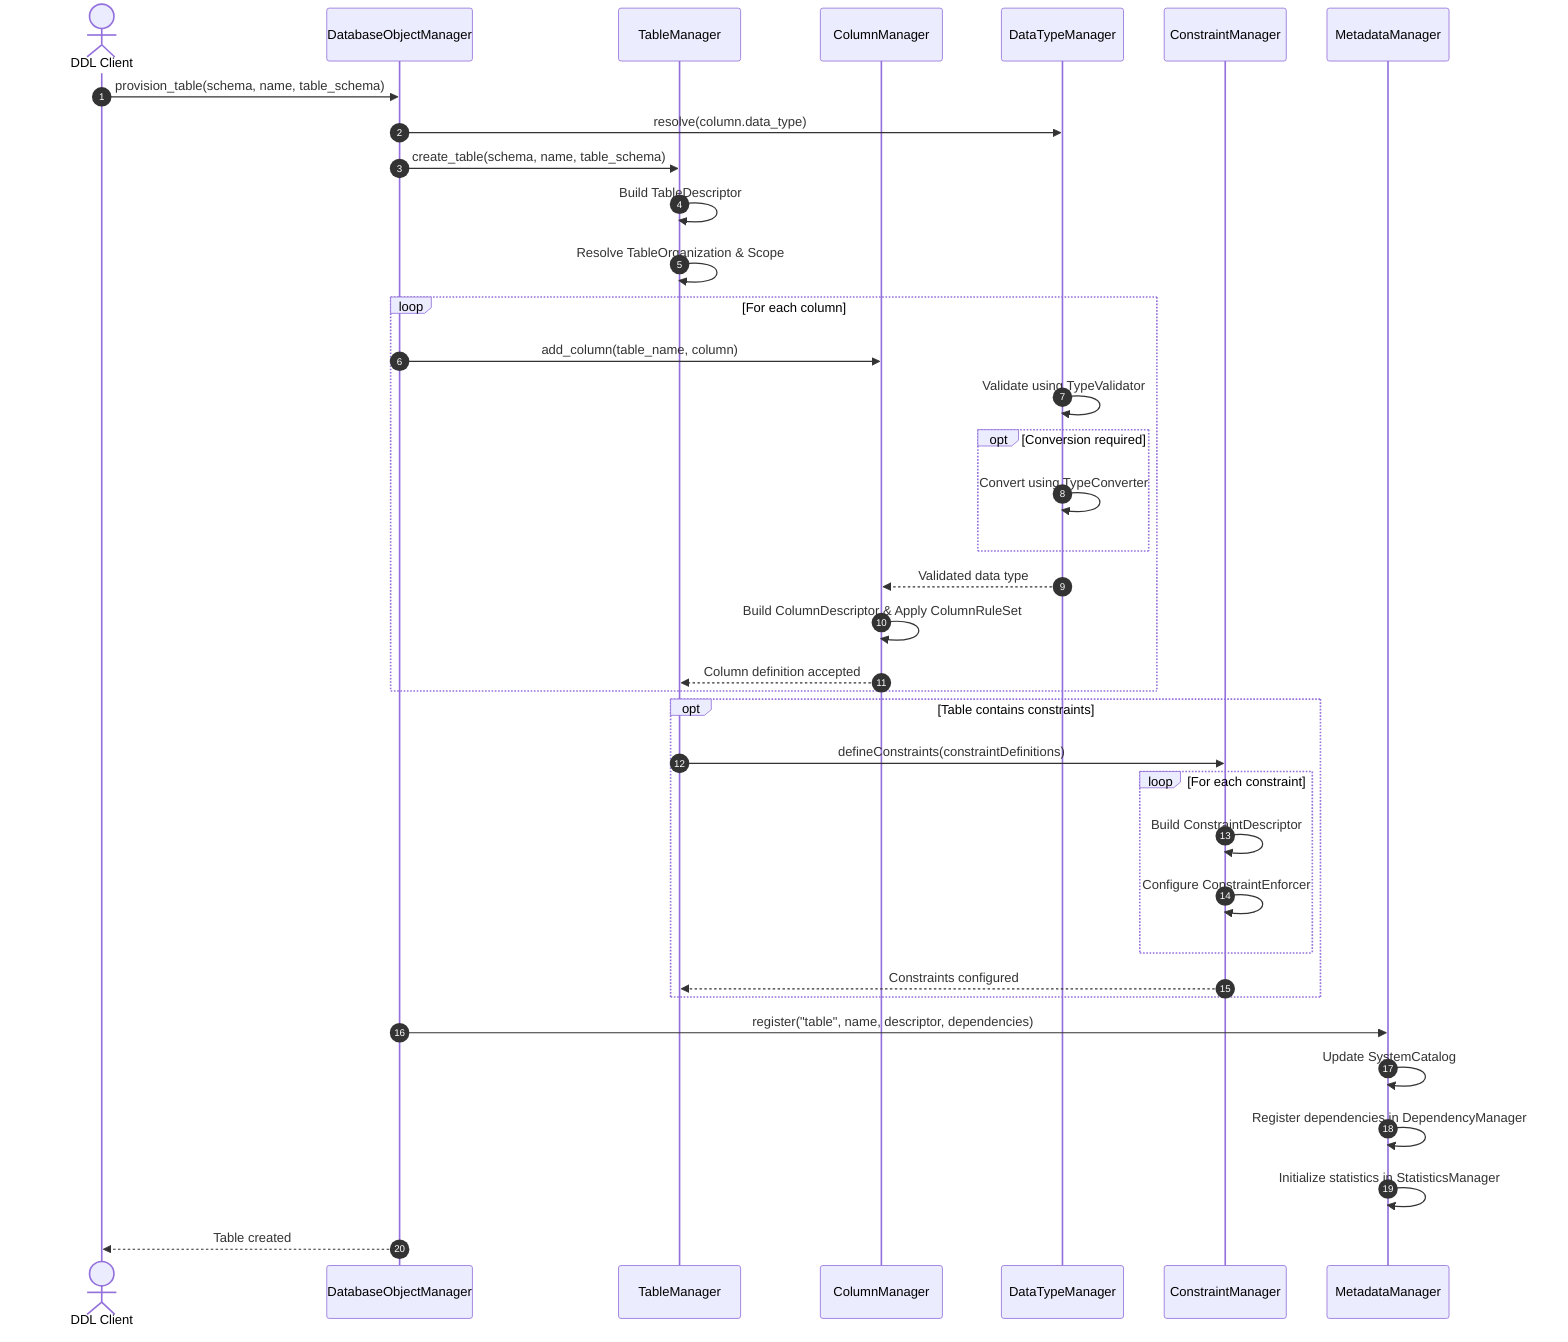
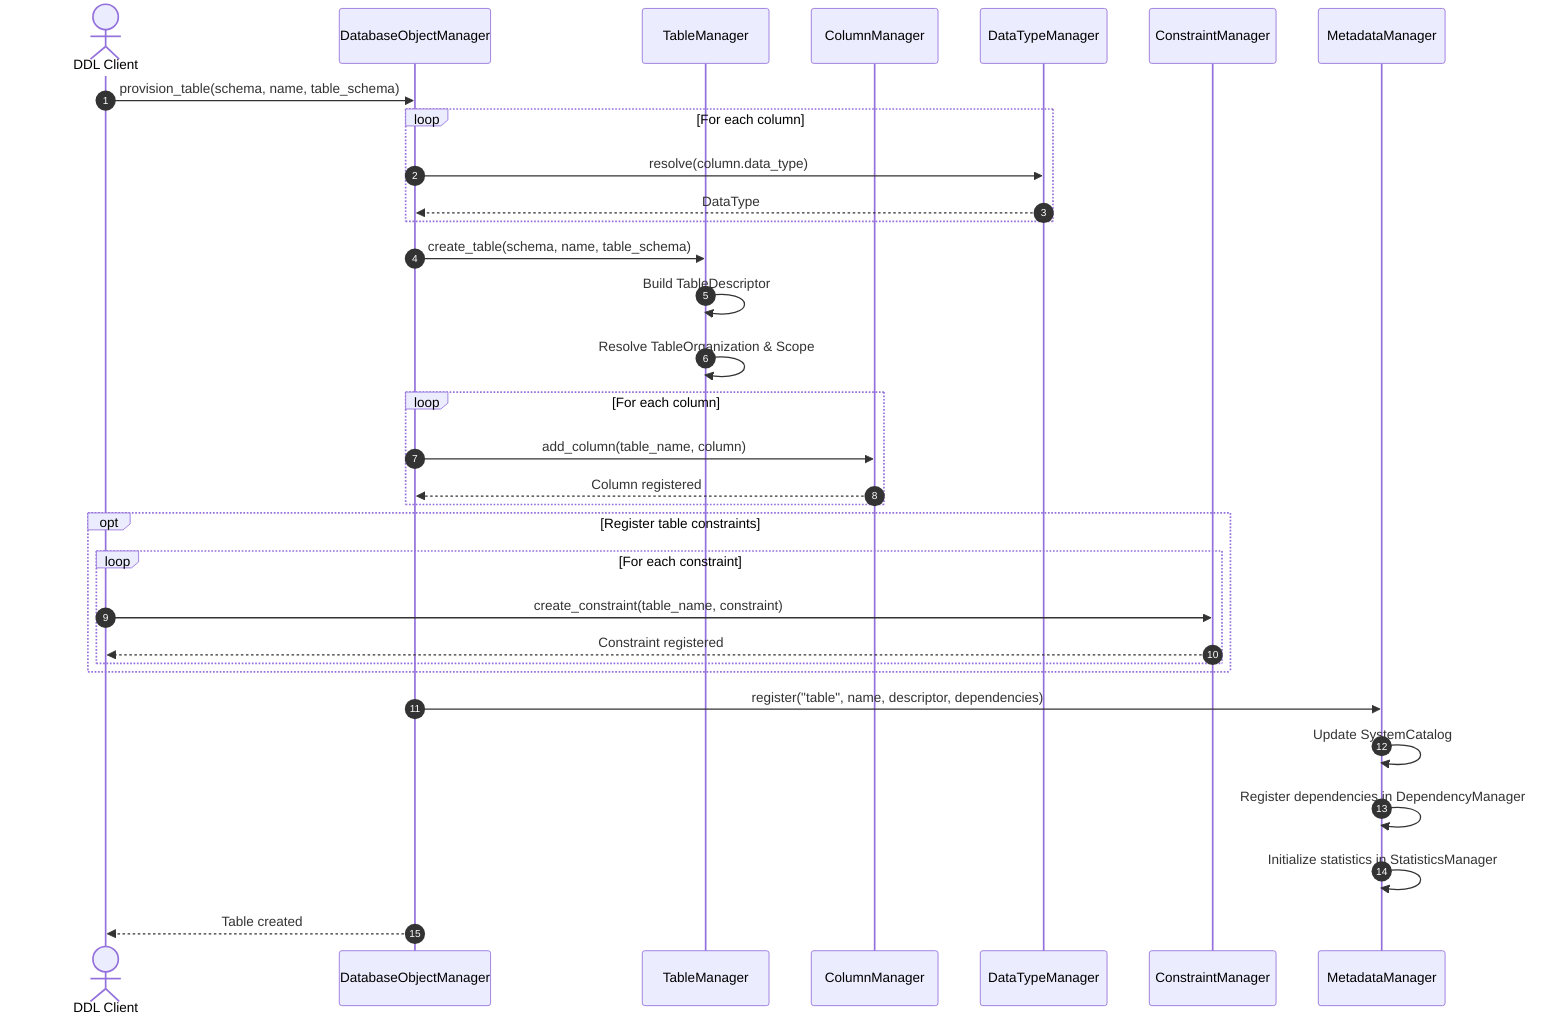
sequenceDiagram
    autonumber
    actor Client as DDL Client
    participant DOM as DatabaseObjectManager
    participant TM as TableManager
    participant CM as ColumnManager
    participant DTM as DataTypeManager
    participant CSM as ConstraintManager
    participant MM as MetadataManager

    Client->>DOM: provision_table(schema, name, table_schema)
-     DOM->>DTM: resolve(column.data_type)
+     loop For each column
+         DOM->>DTM: resolve(column.data_type)
+         DTM-->>DOM: DataType
+     end
    DOM->>TM: create_table(schema, name, table_schema)
    TM->>TM: Build TableDescriptor
    TM->>TM: Resolve TableOrganization & Scope

    %% Column Definition
    loop For each column
        DOM->>CM: add_column(table_name, column)
-         DTM->>DTM: Validate using TypeValidator
-         opt Conversion required
-             DTM->>DTM: Convert using TypeConverter
-         end
-         DTM-->>CM: Validated data type
-         CM->>CM: Build ColumnDescriptor & Apply ColumnRuleSet
-         CM-->>TM: Column definition accepted
+         CM-->>DOM: Column registered
    end

-     %% Constraint Registration (Triggered by TableManager or Event)
-     opt Table contains constraints
-         TM->>CSM: defineConstraints(constraintDefinitions)
+     %% Constraint registration is a separate manager operation after table provisioning
+     opt Register table constraints
        loop For each constraint
-             CSM->>CSM: Build ConstraintDescriptor
-             CSM->>CSM: Configure ConstraintEnforcer
+             Client->>CSM: create_constraint(table_name, constraint)
+             CSM-->>Client: Constraint registered
        end
-         CSM-->>TM: Constraints configured
    end

    %% Metadata Registration
    DOM->>MM: register("table", name, descriptor, dependencies)
    MM->>MM: Update SystemCatalog
    MM->>MM: Register dependencies in DependencyManager
    MM->>MM: Initialize statistics in StatisticsManager
    DOM-->>Client: Table created
